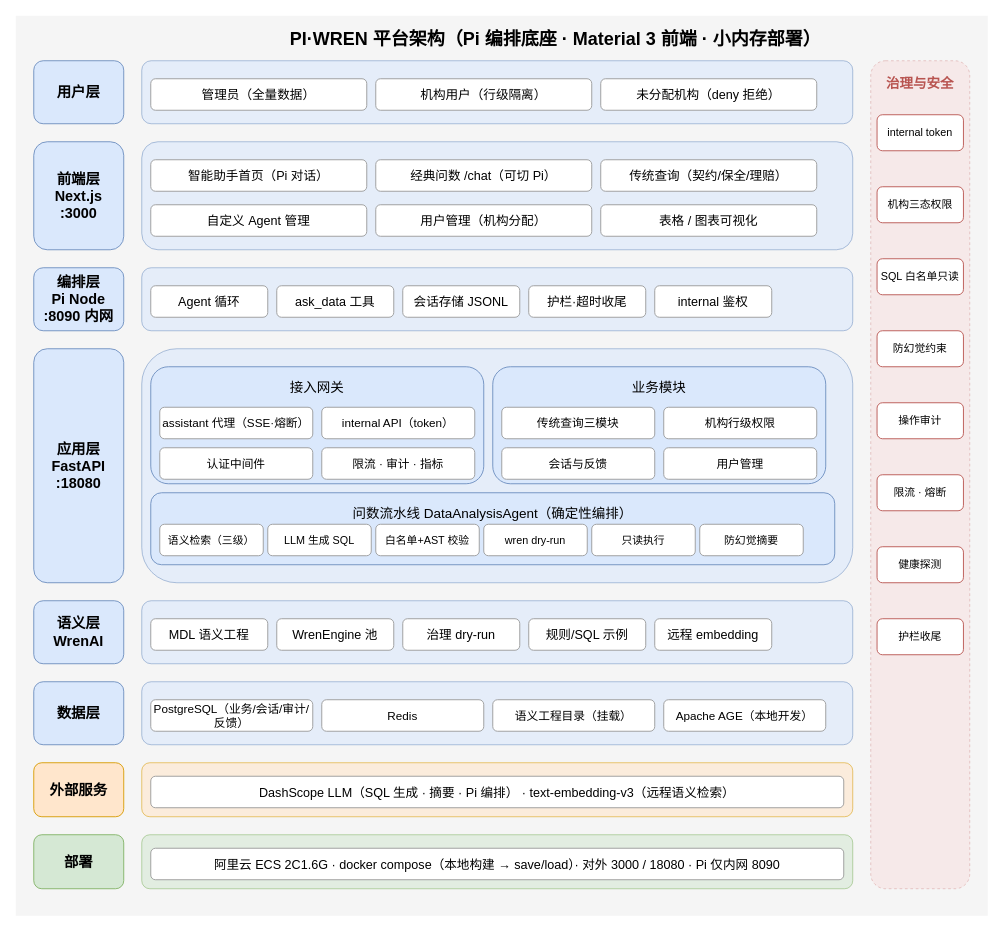
PenguinAlston/pi-wren-platform keeps this draw.io diagram as docs/architecture-overview.drawio. Above is the earlier version. Source tidied: cells renumbered, new cells numbered last; positions are measured from the earlier drawing's top-left corner, leaving out a move shared by most shapes. Both pictures are drawn from the tidied source at 90%, with x=0, y=0 at pixel (15, 15).
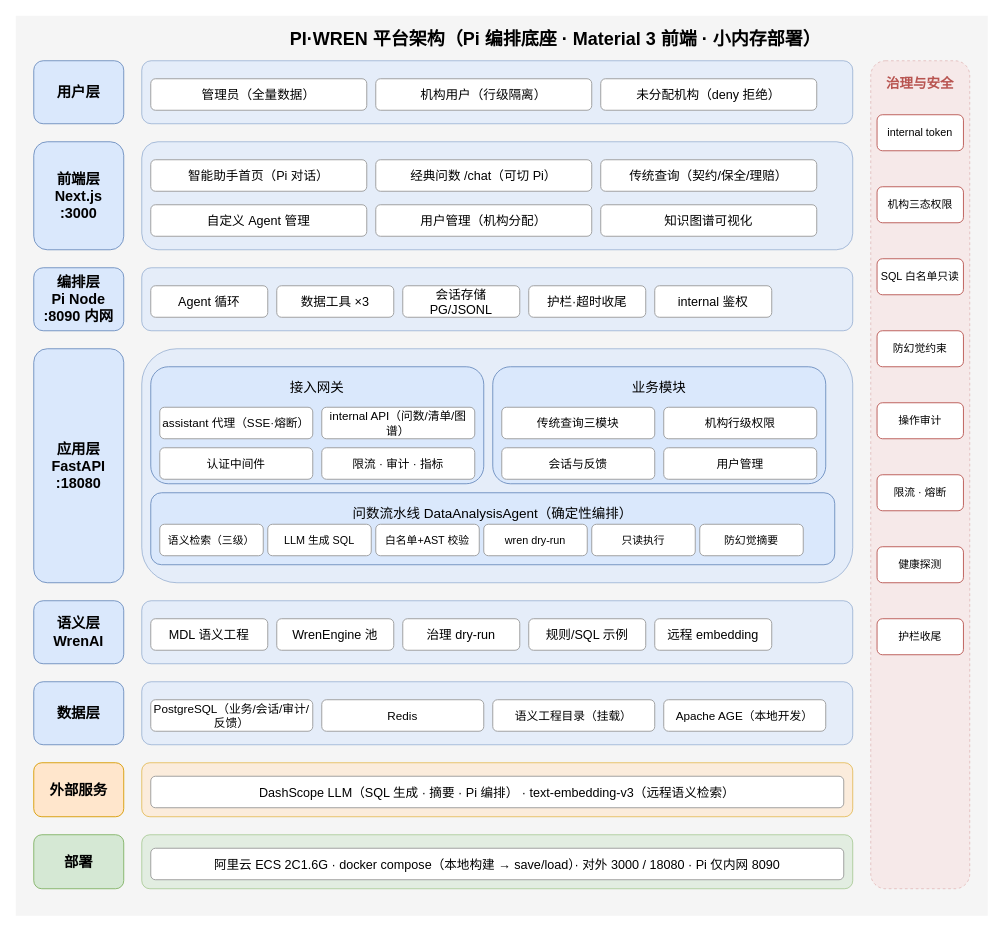
The same page after the edit.

Commit message (it also covers changes not shown here):
docs: refresh both architecture diagrams for m2 tools, pg sessions, graph page and streaming

Change to the diagram source:
```diff
@@
-    <mxCell id="16" value="表格 / 图表可视化" style="rounded=1;whiteSpace=wrap;html=1;fillColor=#ffffff;strokeColor=#999999;fontSize=14;" parent="1" vertex="1">
+    <mxCell id="16" value="知识图谱可视化" style="rounded=1;whiteSpace=wrap;html=1;fillColor=#ffffff;strokeColor=#999999;fontSize=14;" parent="1" vertex="1">
       <mxGeometry x="650" y="210" width="240" height="35" as="geometry" />
     </mxCell>
@@
-    <mxCell id="20" value="ask_data 工具" style="rounded=1;whiteSpace=wrap;html=1;fillColor=#ffffff;strokeColor=#999999;fontSize=14;" parent="1" vertex="1">
+    <mxCell id="20" value="数据工具 ×3" style="rounded=1;whiteSpace=wrap;html=1;fillColor=#ffffff;strokeColor=#999999;fontSize=14;" parent="1" vertex="1">
       <mxGeometry x="290" y="300" width="130" height="35" as="geometry" />
     </mxCell>
-    <mxCell id="21" value="会话存储 JSONL" style="rounded=1;whiteSpace=wrap;html=1;fillColor=#ffffff;strokeColor=#999999;fontSize=14;" parent="1" vertex="1">
+    <mxCell id="21" value="会话存储 PG/JSONL" style="rounded=1;whiteSpace=wrap;html=1;fillColor=#ffffff;strokeColor=#999999;fontSize=14;" parent="1" vertex="1">
       <mxGeometry x="430" y="300" width="130" height="35" as="geometry" />
     </mxCell>
@@
-    <mxCell id="28" value="internal API（token）" style="rounded=1;whiteSpace=wrap;html=1;fillColor=#ffffff;strokeColor=#999999;fontSize=13;" parent="1" vertex="1">
+    <mxCell id="28" value="internal API（问数/清单/图谱）" style="rounded=1;whiteSpace=wrap;html=1;fillColor=#ffffff;strokeColor=#999999;fontSize=13;" parent="1" vertex="1">
       <mxGeometry x="340" y="435" width="170" height="35" as="geometry" />
     </mxCell>
```
